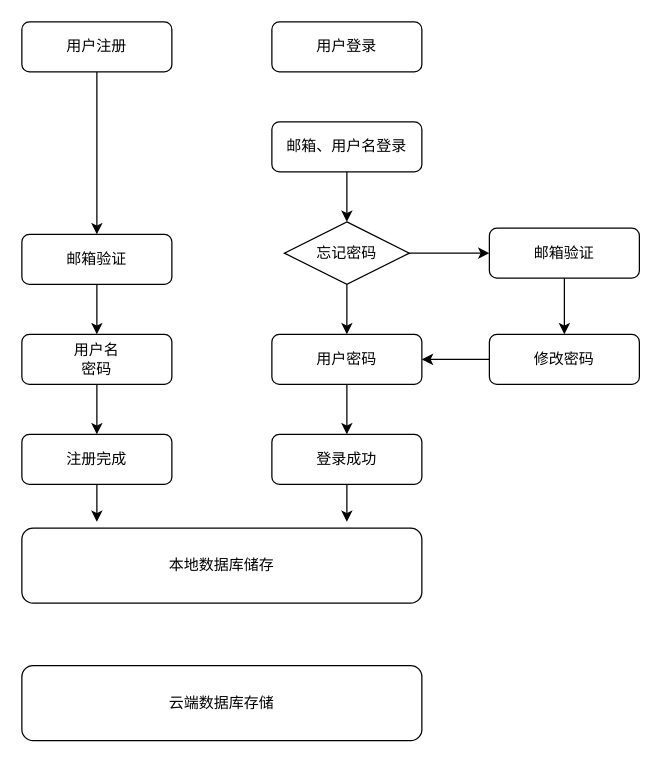
zzlple/zzlple.github.io keeps this draw.io diagram as LoginRegisterFlow.drawio. Above is the earlier version. Source tidied: cells renumbered, new cells numbered last; positions are measured from the earlier drawing's top-left corner, leaving out a move shared by most shapes. Both pictures are drawn from the tidied source at 125%, with x=0, y=0 at pixel (21, 21).
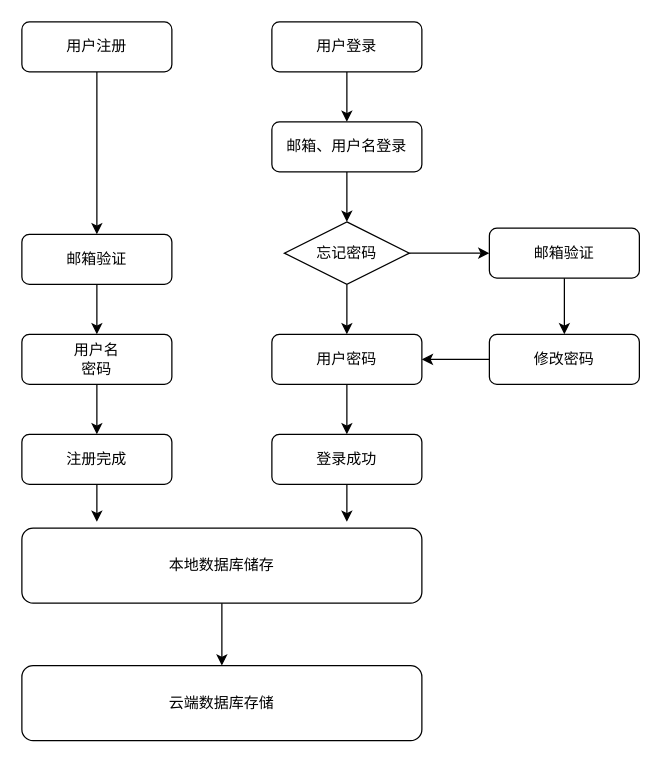
Above is the later version.

The change refers to these unchanged cells:
```xml
<mxCell id="4" value="用户登录" style="rounded=1;whiteSpace=wrap;html=1;fontSize=12;glass=0;strokeWidth=1;shadow=0;" parent="1" vertex="1">
  <mxGeometry x="200" width="120" height="40" as="geometry" />
</mxCell>
<mxCell id="10" value="邮箱、用户名登录" style="rounded=1;whiteSpace=wrap;html=1;fontSize=12;glass=0;strokeWidth=1;shadow=0;" parent="1" vertex="1">
  <mxGeometry x="200" y="80" width="120" height="40" as="geometry" />
</mxCell>
<mxCell id="13" value="本地数据库储存" style="rounded=1;whiteSpace=wrap;html=1;" parent="1" vertex="1">
  <mxGeometry y="405" width="320" height="60" as="geometry" />
</mxCell>
<mxCell id="14" value="云端数据库存储" style="rounded=1;whiteSpace=wrap;html=1;" parent="1" vertex="1">
  <mxGeometry y="515" width="320" height="60" as="geometry" />
</mxCell>
```

Diff of the diagram source:
```diff
@@
+    <mxCell id="26" style="endArrow=classic;html=1;exitX=0.5;exitY=1;exitDx=0;exitDy=0;" parent="1" edge="1" source="4" target="10">
+      <mxGeometry relative="1" as="geometry" />
+    </mxCell>
+    <mxCell id="27" style="endArrow=classic;html=1;exitX=0.5;exitY=1;exitDx=0;exitDy=0;entryX=0.5;entryY=0;entryDx=0;entryDy=0;" parent="1" edge="1" source="13" target="14">
+      <mxGeometry relative="1" as="geometry" />
+    </mxCell>
```
